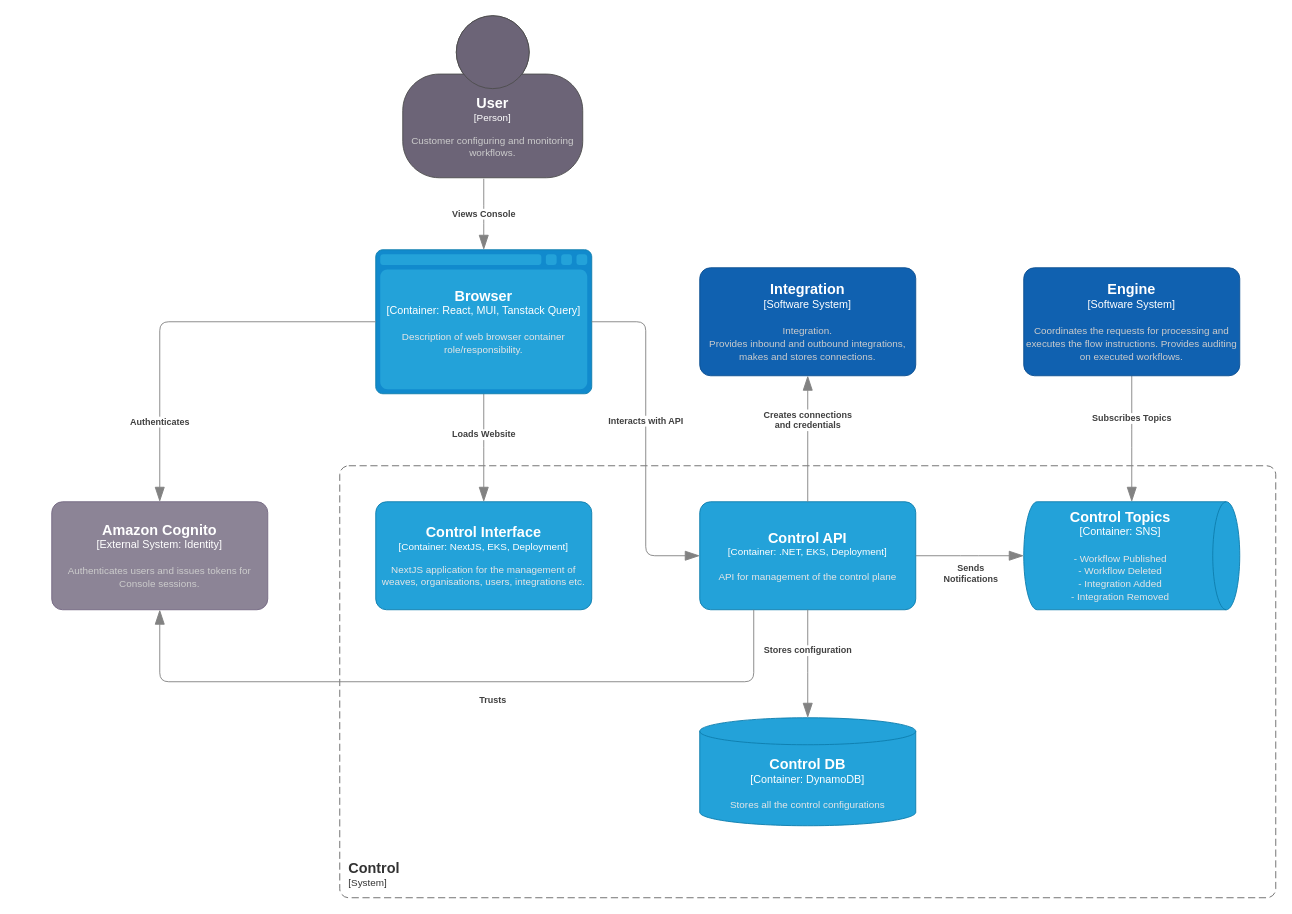
Earlier version of the draw.io diagram page "system-console" (2 of 4) of documentation/weaveng.drawio (dansaltmer/weaveng.io). Source tidied: cells renumbered, new cells numbered last; positions are measured from the earlier drawing's top-left corner, leaving out a move shared by most shapes. Both pictures are drawn from the tidied source at 90%, with x=0, y=0 at pixel (51, 15).
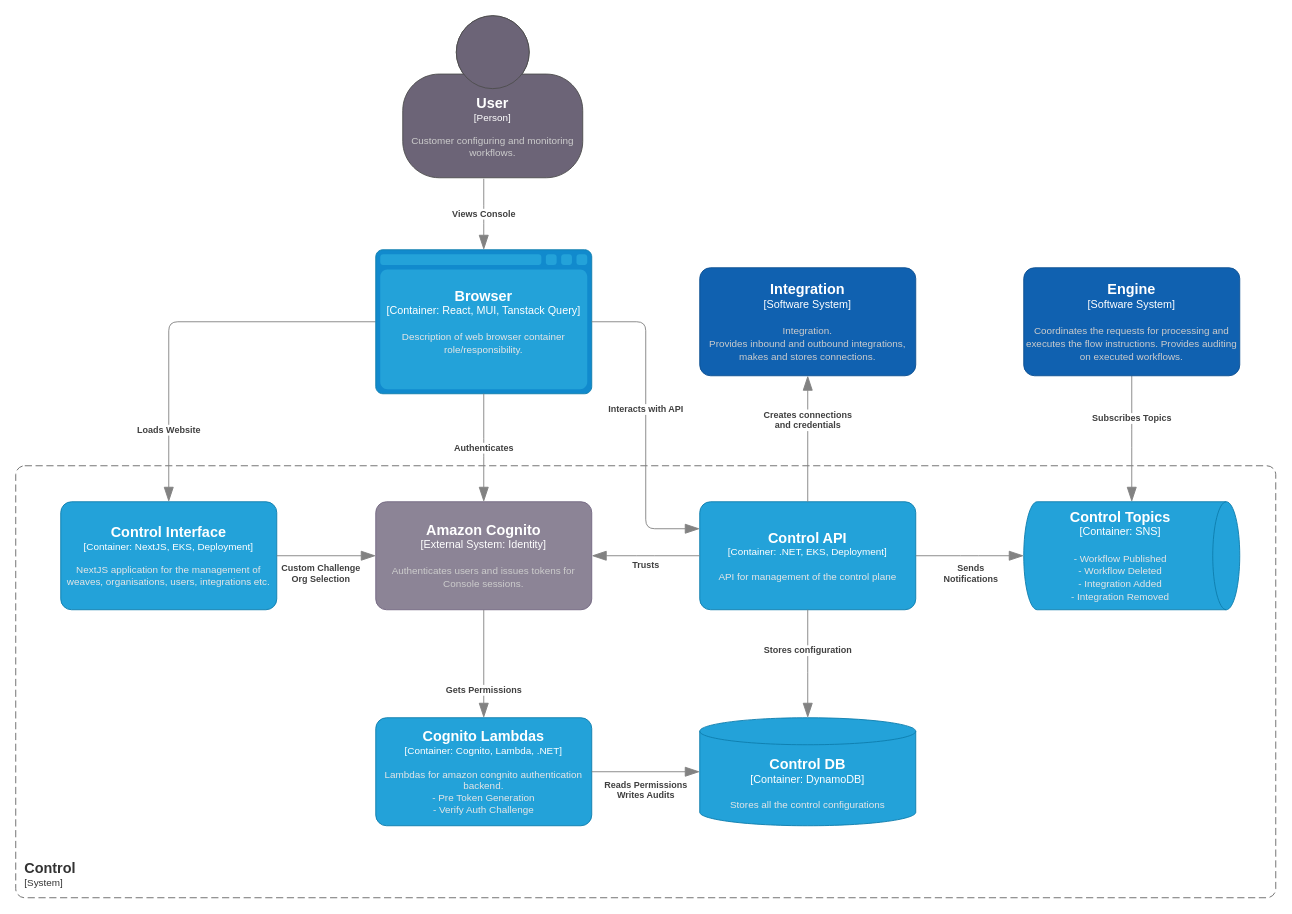
The same diagram, later.

Commit message (it also covers changes not shown here):
docs: refined steering and authentication docs

Unchanged cells that the change refers to:
```xml
<object id="8" label="&lt;font style=&quot;font-size: 16px&quot;&gt;&lt;b&gt;%c4Name%&lt;/b&gt;&lt;/font&gt;&lt;div&gt;[%c4Type%:&amp;nbsp;%c4Technology%]&lt;/div&gt;&lt;br&gt;&lt;div&gt;&lt;font style=&quot;font-size: 11px&quot;&gt;&lt;font color=&quot;#E6E6E6&quot;&gt;%c4Description%&lt;/font&gt;&lt;/div&gt;" c4Description="Description of web browser container role/responsibility." c4Name="Browser" c4Technology="React, MUI, Tanstack Query" c4Type="Container" placeholders="1">
  <mxCell style="shape=mxgraph.c4.webBrowserContainer2;whiteSpace=wrap;html=1;boundedLbl=1;rounded=0;labelBackgroundColor=none;strokeColor=#118ACD;fillColor=#23A2D9;strokeColor=#118ACD;strokeColor2=#0E7DAD;fontSize=12;fontColor=#ffffff;align=center;points=[[0.5,0,0],[1,0.25,0],[1,0.5,0],[1,0.75,0],[0.5,1,0],[0,0.75,0],[0,0.5,0],[0,0.25,0]];" parent="1" vertex="1">
    <mxGeometry x="360" y="260" width="240" height="160" as="geometry" />
  </mxCell>
</object>
<object id="9" label="&lt;font style=&quot;font-size: 16px&quot;&gt;&lt;b&gt;%c4Name%&lt;/b&gt;&lt;/font&gt;&lt;div&gt;[%c4Type%: %c4Technology%]&lt;/div&gt;&lt;br&gt;&lt;div&gt;&lt;font style=&quot;font-size: 11px&quot;&gt;&lt;font color=&quot;#E6E6E6&quot;&gt;%c4Description%&lt;/font&gt;&lt;/div&gt;" c4Description="API for management of the control plane" c4Name="Control API" c4Technology=".NET, EKS, Deployment" c4Type="Container" placeholders="1">
  <mxCell style="rounded=1;whiteSpace=wrap;html=1;fontSize=11;labelBackgroundColor=none;fillColor=#23A2D9;fontColor=#ffffff;align=center;arcSize=10;strokeColor=#0E7DAD;points=[[0.25,0,0],[0.5,0,0],[0.75,0,0],[1,0.25,0],[1,0.5,0],[1,0.75,0],[0.75,1,0],[0.5,1,0],[0.25,1,0],[0,0.75,0],[0,0.5,0],[0,0.25,0]];" parent="1" vertex="1">
    <mxGeometry x="720" y="540" width="240" height="120" as="geometry" />
  </mxCell>
</object>
<object id="11" label="&lt;font style=&quot;font-size: 16px&quot;&gt;&lt;b&gt;%c4Name%&lt;/b&gt;&lt;/font&gt;&lt;div&gt;[%c4Type%:&amp;nbsp;%c4Technology%]&lt;/div&gt;&lt;br&gt;&lt;div&gt;&lt;font style=&quot;font-size: 11px&quot;&gt;&lt;font color=&quot;#E6E6E6&quot;&gt;%c4Description%&lt;/font&gt;&lt;/div&gt;" c4Description="Stores all the control configurations" c4Name="Control DB" c4Technology="DynamoDB" c4Type="Container" placeholders="1">
  <mxCell style="shape=cylinder3;size=15;whiteSpace=wrap;html=1;boundedLbl=1;rounded=0;labelBackgroundColor=none;fillColor=#23A2D9;fontSize=12;fontColor=#ffffff;align=center;strokeColor=#0E7DAD;points=[[0.5,0,0],[1,0.25,0],[1,0.5,0],[1,0.75,0],[0.5,1,0],[0,0.75,0],[0,0.5,0],[0,0.25,0]];" parent="1" vertex="1">
    <mxGeometry x="720" y="780" width="240" height="120" as="geometry" />
  </mxCell>
</object>
```

Change to the diagram source:
```diff
@@
     <object id="2" label="&lt;font style=&quot;font-size: 16px&quot;&gt;&lt;b&gt;&lt;div style=&quot;text-align: left&quot;&gt;%c4Name%&lt;/div&gt;&lt;/b&gt;&lt;/font&gt;&lt;div style=&quot;text-align: left&quot;&gt;[%c4Application%]&lt;/div&gt;" c4Application="System" c4Name="Control" placeholders="1">
       <mxCell style="rounded=1;fontSize=11;whiteSpace=wrap;html=1;dashed=1;arcSize=20;fillColor=none;strokeColor=#666666;fontColor=#333333;labelBackgroundColor=none;align=left;verticalAlign=bottom;labelBorderColor=none;spacingTop=0;spacing=10;dashPattern=8 4;perimeter=rectanglePerimeter;noLabel=0;labelPadding=0;absoluteArcSize=1;" parent="1" vertex="1">
-        <mxGeometry x="320" y="500" width="1040" height="480" as="geometry" />
+        <mxGeometry x="-40" y="500" width="1400" height="480" as="geometry" />
       </mxCell>
     </object>
@@
     <object id="4" label="&lt;font style=&quot;font-size: 16px&quot;&gt;&lt;b&gt;%c4Name%&lt;/b&gt;&lt;/font&gt;&lt;div&gt;[%c4Type%]&lt;/div&gt;&lt;br&gt;&lt;div&gt;&lt;font style=&quot;font-size: 11px&quot;&gt;&lt;font color=&quot;#cccccc&quot;&gt;%c4Description%&lt;/font&gt;&lt;/div&gt;" c4Description="Authenticates users and issues tokens for Console sessions." c4Name="Amazon Cognito" c4Type="External System: Identity" placeholders="1">
       <mxCell style="rounded=1;whiteSpace=wrap;html=1;labelBackgroundColor=none;fillColor=#8C8496;fontColor=#ffffff;align=center;arcSize=10;strokeColor=#736782;" parent="1" vertex="1">
-        <mxGeometry y="540" width="240" height="120" as="geometry" />
+        <mxGeometry x="360" y="540" width="240" height="120" as="geometry" />
       </mxCell>
     </object>
@@
     <object id="6" label="&lt;div style=&quot;text-align: center&quot;&gt;&lt;b&gt;%c4Description%&lt;/b&gt;&lt;/div&gt;" c4Description="Loads Website" placeholders="1">
-      <mxCell style="endArrow=blockThin;html=1;fontSize=10;fontColor=#404040;strokeWidth=1;endFill=1;strokeColor=#828282;endSize=14;startSize=14;rounded=1;edgeStyle=elbowEdgeStyle;" parent="1" edge="1" source="8" target="7">
-        <mxGeometry x="-0.25" relative="1" as="geometry">
+      <mxCell style="endArrow=blockThin;html=1;fontSize=10;fontColor=#404040;strokeWidth=1;endFill=1;strokeColor=#828282;endSize=14;startSize=14;rounded=1;edgeStyle=orthogonalEdgeStyle;entryX=0.5;entryY=0;entryDx=0;entryDy=0;entryPerimeter=0;exitX=0;exitY=0.5;exitDx=0;exitDy=0;exitPerimeter=0;libavoidRouting=1;" parent="1" edge="1" source="8" target="7">
+        <mxGeometry x="0.63" relative="1" as="geometry">
           <Array as="points">
-            <mxPoint x="480" y="490" />
+            <mxPoint x="130" y="340" />
           </Array>
         </mxGeometry>
       </mxCell>
     </object>
     <object id="7" label="&lt;font style=&quot;font-size: 16px&quot;&gt;&lt;b&gt;%c4Name%&lt;/b&gt;&lt;/font&gt;&lt;div&gt;[%c4Type%: %c4Technology%]&lt;/div&gt;&lt;br&gt;&lt;div&gt;&lt;font style=&quot;font-size: 11px&quot;&gt;&lt;font color=&quot;#E6E6E6&quot;&gt;%c4Description%&lt;/font&gt;&lt;/div&gt;" c4Description="NextJS application for the management of weaves, organisations, users, integrations etc." c4Name="Control Interface" c4Technology="NextJS, EKS, Deployment" c4Type="Container" placeholders="1">
       <mxCell style="rounded=1;whiteSpace=wrap;html=1;fontSize=11;labelBackgroundColor=none;fillColor=#23A2D9;fontColor=#ffffff;align=center;arcSize=10;strokeColor=#0E7DAD;points=[[0.25,0,0],[0.5,0,0],[0.75,0,0],[1,0.25,0],[1,0.5,0],[1,0.75,0],[0.75,1,0],[0.5,1,0],[0.25,1,0],[0,0.75,0],[0,0.5,0],[0,0.25,0]];" parent="1" vertex="1">
-        <mxGeometry x="360" y="540" width="240" height="120" as="geometry" />
+        <mxGeometry x="10" y="540" width="240" height="120" as="geometry" />
       </mxCell>
     </object>
@@
     <object id="10" label="&lt;div style=&quot;text-align: center&quot;&gt;&lt;b&gt;%c4Description%&lt;/b&gt;&lt;/div&gt;" c4Description="Interacts with API" placeholders="1">
-      <mxCell style="endArrow=blockThin;html=1;fontSize=10;fontColor=#404040;strokeWidth=1;endFill=1;strokeColor=#828282;endSize=14;startSize=14;rounded=1;edgeStyle=orthogonalEdgeStyle;exitX=1;exitY=0.5;exitDx=0;exitDy=0;exitPerimeter=0;entryX=0;entryY=0.5;entryDx=0;entryDy=0;entryPerimeter=0;libavoidRouting=1;" parent="1" edge="1" source="8" target="9">
+      <mxCell style="endArrow=blockThin;html=1;fontSize=10;fontColor=#404040;strokeWidth=1;endFill=1;strokeColor=#828282;endSize=14;startSize=14;rounded=1;edgeStyle=orthogonalEdgeStyle;exitX=1;exitY=0.5;exitDx=0;exitDy=0;exitPerimeter=0;entryX=0;entryY=0.25;entryDx=0;entryDy=0;entryPerimeter=0;libavoidRouting=1;" parent="1" edge="1" source="8" target="9">
         <mxGeometry x="-0.1" relative="1" as="geometry">
           <Array as="points">
-            <mxPoint x="660" y="340.1" />
-            <mxPoint x="660" y="600" />
+            <mxPoint x="660" y="340" />
+            <mxPoint x="660" y="570" />
           </Array>
           <mxPoint y="-1" as="offset" />
         </mxGeometry>
       </mxCell>
     </object>
@@
     <object id="15" label="&lt;div style=&quot;text-align: center&quot;&gt;&lt;b&gt;%c4Description%&lt;/b&gt;&lt;/div&gt;" c4Description="Authenticates" placeholders="1">
-      <mxCell style="endArrow=blockThin;html=1;fontSize=10;fontColor=#404040;strokeWidth=1;endFill=1;strokeColor=#828282;endSize=14;startSize=14;rounded=1;edgeStyle=elbowEdgeStyle;" parent="1" edge="1" source="8" target="4">
-        <mxGeometry x="0.59" relative="1" as="geometry">
-          <Array as="points">
-            <mxPoint x="120" y="440" />
-          </Array>
-          <mxPoint y="1" as="offset" />
-        </mxGeometry>
+      <mxCell style="endArrow=blockThin;html=1;fontSize=10;fontColor=#404040;strokeWidth=1;endFill=1;strokeColor=#828282;endSize=14;startSize=14;rounded=1;edgeStyle=elbowEdgeStyle;entryX=0.5;entryY=0;entryDx=0;entryDy=0;exitX=0.5;exitY=1;exitDx=0;exitDy=0;exitPerimeter=0;" parent="1" edge="1" source="8" target="4">
+        <mxGeometry relative="1" as="geometry" />
       </mxCell>
     </object>
     <object id="16" label="&lt;div style=&quot;text-align: center&quot;&gt;&lt;b&gt;%c4Description%&lt;/b&gt;&lt;/div&gt;" c4Description="Trusts" placeholders="1">
-      <mxCell style="endArrow=blockThin;html=1;fontSize=10;fontColor=#404040;strokeWidth=1;endFill=1;strokeColor=#828282;endSize=14;startSize=14;rounded=1;edgeStyle=elbowEdgeStyle;exitX=0.25;exitY=1;exitDx=0;exitDy=0;exitPerimeter=0;" parent="1" edge="1" source="9" target="4">
-        <mxGeometry x="-0.1" y="20" relative="1" as="geometry">
-          <Array as="points">
-            <mxPoint x="470" y="740" />
-          </Array>
-          <mxPoint x="-1" as="offset" />
-        </mxGeometry>
+      <mxCell style="endArrow=blockThin;html=1;fontSize=10;fontColor=#404040;strokeWidth=1;endFill=1;strokeColor=#828282;endSize=14;startSize=14;rounded=1;edgeStyle=elbowEdgeStyle;elbow=vertical;" parent="1" edge="1" source="9" target="4">
+        <mxGeometry y="10" relative="1" as="geometry" />
       </mxCell>
     </object>
@@
+    <object id="21" label="&lt;div style=&quot;text-align: center&quot;&gt;&lt;b&gt;%c4Description%&lt;/b&gt;&lt;/div&gt;" c4Description="Gets Permissions" placeholders="1">
+      <mxCell style="endArrow=blockThin;html=1;fontSize=10;fontColor=#404040;strokeWidth=1;endFill=1;strokeColor=#828282;endSize=14;startSize=14;rounded=1;edgeStyle=orthogonalEdgeStyle;exitX=0.5;exitY=1;exitDx=0;exitDy=0;libavoidRouting=1;" parent="1" edge="1" source="4" target="22">
+        <mxGeometry x="0.5" relative="1" as="geometry">
+          <mxPoint y="-1" as="offset" />
+        </mxGeometry>
+      </mxCell>
+    </object>
+    <object id="22" label="&lt;font style=&quot;font-size: 16px&quot;&gt;&lt;b&gt;%c4Name%&lt;/b&gt;&lt;/font&gt;&lt;div&gt;[%c4Type%: %c4Technology%]&lt;/div&gt;&lt;br&gt;&lt;div&gt;&lt;font style=&quot;font-size: 11px&quot;&gt;&lt;font color=&quot;#E6E6E6&quot;&gt;%c4Description%&lt;/font&gt;&lt;/div&gt;" c4Description="Lambdas for amazon congnito authentication backend.&#10;- Pre Token Generation&#10;- Verify Auth Challenge" c4Name="Cognito Lambdas" c4Technology="Cognito, Lambda, .NET" c4Type="Container" placeholders="1">
+      <mxCell style="rounded=1;whiteSpace=wrap;html=1;fontSize=11;labelBackgroundColor=none;fillColor=#23A2D9;fontColor=#ffffff;align=center;arcSize=10;strokeColor=#0E7DAD;points=[[0.25,0,0],[0.5,0,0],[0.75,0,0],[1,0.25,0],[1,0.5,0],[1,0.75,0],[0.75,1,0],[0.5,1,0],[0.25,1,0],[0,0.75,0],[0,0.5,0],[0,0.25,0]];" parent="1" vertex="1">
+        <mxGeometry x="360" y="780" width="240" height="120" as="geometry" />
+      </mxCell>
+    </object>
+    <object id="23" label="&lt;div style=&quot;text-align: center&quot;&gt;&lt;b&gt;%c4Description%&lt;/b&gt;&lt;/div&gt;" c4Description="Reads Permissions&#10;Writes Audits" placeholders="1">
+      <mxCell style="endArrow=blockThin;html=1;fontSize=10;fontColor=#404040;strokeWidth=1;endFill=1;strokeColor=#828282;endSize=14;startSize=14;rounded=1;edgeStyle=orthogonalEdgeStyle;exitX=1;exitY=0.5;exitDx=0;exitDy=0;libavoidRouting=1;exitPerimeter=0;" parent="1" edge="1" source="22" target="11">
+        <mxGeometry y="-20" relative="1" as="geometry" />
+      </mxCell>
+    </object>
+    <object id="24" label="&lt;div style=&quot;text-align: center&quot;&gt;&lt;b&gt;%c4Description%&lt;/b&gt;&lt;/div&gt;" c4Description="Custom Challenge&#10;Org Selection" placeholders="1">
+      <mxCell style="endArrow=blockThin;html=1;fontSize=10;fontColor=#404040;strokeWidth=1;endFill=1;strokeColor=#828282;endSize=14;startSize=14;rounded=1;edgeStyle=orthogonalEdgeStyle;entryX=0;entryY=0.5;entryDx=0;entryDy=0;libavoidRouting=1;" parent="1" edge="1" source="7" target="4">
+        <mxGeometry x="-0.09" y="-20" relative="1" as="geometry">
+          <mxPoint x="-1" as="offset" />
+        </mxGeometry>
+      </mxCell>
+    </object>
```
